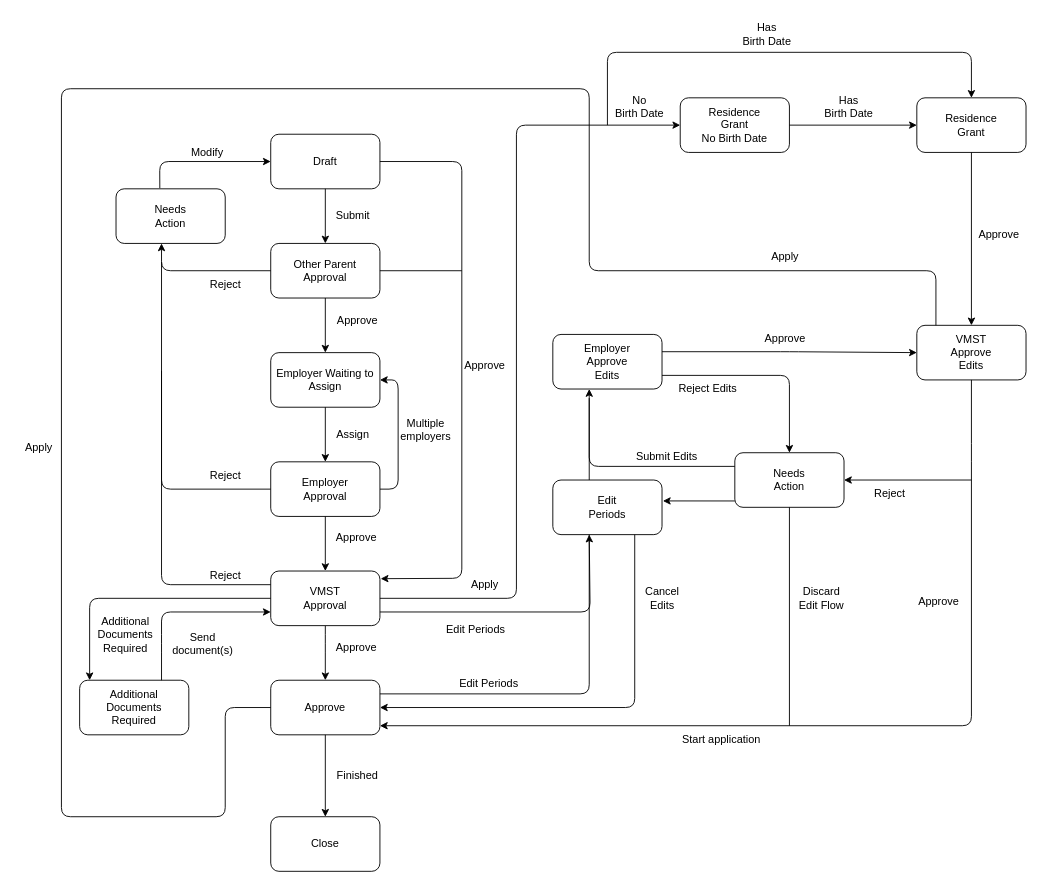
island-is/island.is keeps this draw.io diagram as libs/application/templates/parental-leave/assets/parental-leave-flow-chart.drawio. Above is the earlier version. Source tidied: cells renumbered, new cells numbered last; positions are measured from the earlier drawing's top-left corner, leaving out a move shared by most shapes. Both pictures are drawn from the tidied source at 91%, with x=0, y=0 at pixel (15, 15).
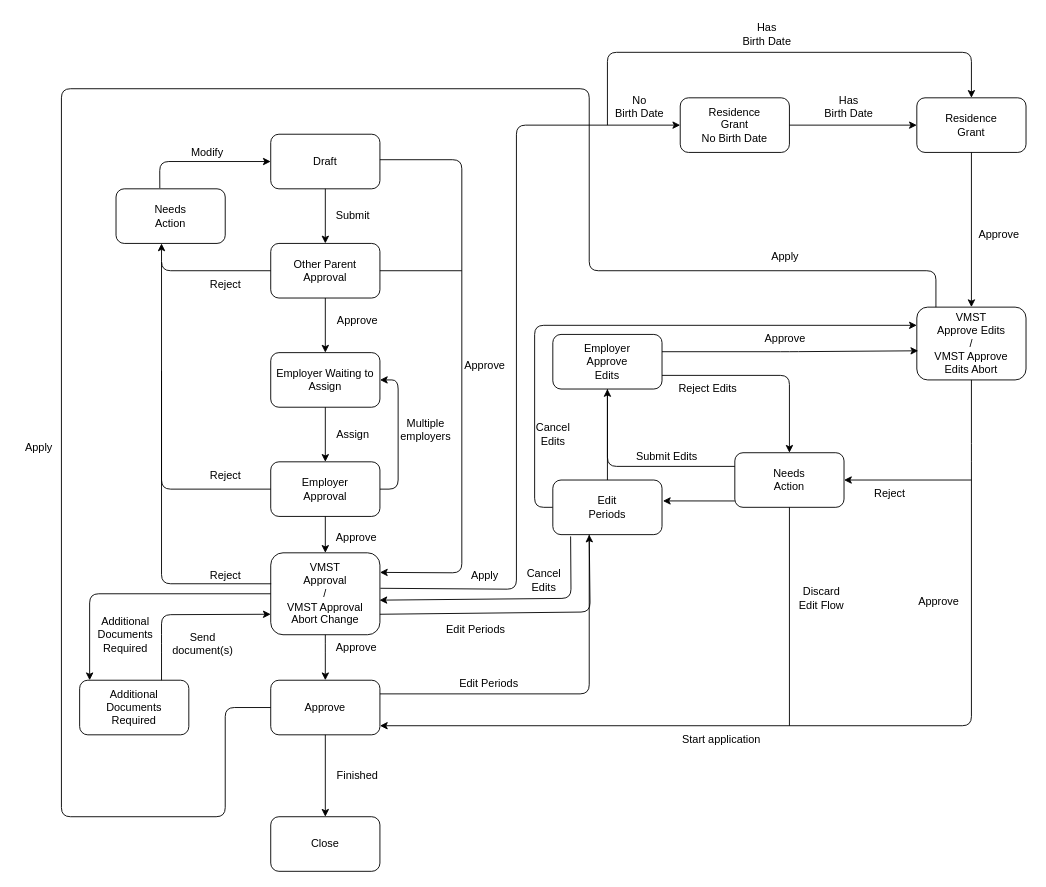
The same diagram, later.

Commit message (it also covers changes not shown here):
fix(parental-leave): Update flow chart

The change refers to these unchanged cells:
```xml
<mxCell id="2" value="Draft" style="rounded=1;whiteSpace=wrap;html=1;" parent="1" vertex="1">
  <mxGeometry x="280" y="130" width="120" height="60" as="geometry" />
</mxCell>
<mxCell id="9" value="Approve" style="rounded=1;whiteSpace=wrap;html=1;" parent="1" vertex="1">
  <mxGeometry x="280" y="730" width="120" height="60" as="geometry" />
</mxCell>
<mxCell id="12" value="Additional&lt;br&gt;Documents&lt;br&gt;Required" style="rounded=1;whiteSpace=wrap;html=1;" parent="1" vertex="1">
  <mxGeometry x="70" y="730" width="120" height="60" as="geometry" />
</mxCell>
<mxCell id="13" value="Edit&lt;br&gt;Periods" style="rounded=1;whiteSpace=wrap;html=1;" parent="1" vertex="1">
  <mxGeometry x="590" y="510" width="120" height="60" as="geometry" />
</mxCell>
<mxCell id="14" value="Employer&lt;br&gt;Approve&lt;br&gt;Edits" style="rounded=1;whiteSpace=wrap;html=1;" parent="1" vertex="1">
  <mxGeometry x="590" y="350" width="120" height="60" as="geometry" />
</mxCell>
<mxCell id="16" value="Needs&lt;br&gt;Action" style="rounded=1;whiteSpace=wrap;html=1;" parent="1" vertex="1">
  <mxGeometry x="790" y="480" width="120" height="60" as="geometry" />
</mxCell>
<mxCell id="65" value="Residence&lt;br&gt;Grant&lt;br&gt;No Birth Date" style="rounded=1;whiteSpace=wrap;html=1;" parent="1" vertex="1">
  <mxGeometry x="730" y="90" width="120" height="60" as="geometry" />
</mxCell>
```

Change to the diagram source:
```diff
@@
-    <mxCell id="8" value="VMST&lt;br&gt;Approval" style="rounded=1;whiteSpace=wrap;html=1;" parent="1" vertex="1">
-      <mxGeometry x="280" y="610" width="120" height="60" as="geometry" />
+    <mxCell id="8" value="VMST&lt;br&gt;Approval &lt;br&gt;/&lt;br&gt;VMST Approval&lt;br&gt;Abort Change" style="rounded=1;whiteSpace=wrap;html=1;" parent="1" vertex="1">
+      <mxGeometry x="280" y="590" width="120" height="90" as="geometry" />
     </mxCell>
@@
+    <mxCell id="80" style="edgeStyle=none;html=1;entryX=0;entryY=0.25;entryDx=0;entryDy=0;exitX=0;exitY=0.5;exitDx=0;exitDy=0;" parent="1" edge="1" source="13" target="15">
+      <mxGeometry relative="1" as="geometry">
+        <Array as="points">
+          <mxPoint x="570" y="540" />
+          <mxPoint x="570" y="340" />
+        </Array>
+      </mxGeometry>
+    </mxCell>
@@
-    <mxCell id="15" value="VMST&lt;br&gt;Approve&lt;br&gt;Edits" style="rounded=1;whiteSpace=wrap;html=1;" parent="1" vertex="1">
-      <mxGeometry x="990" y="340" width="120" height="60" as="geometry" />
+    <mxCell id="15" value="VMST&lt;br&gt;Approve Edits&lt;br&gt;/&lt;br&gt;VMST Approve&lt;br&gt;Edits Abort" style="rounded=1;whiteSpace=wrap;html=1;" parent="1" vertex="1">
+      <mxGeometry x="990" y="320" width="120" height="80" as="geometry" />
     </mxCell>
@@
-    <mxCell id="21" style="endArrow=classic;html=1;entryX=0.5;entryY=0;entryDx=0;entryDy=0;exitX=0.5;exitY=1;exitDx=0;exitDy=0;fontColor=#FFFFFF;strokeColor=#000000;" parent="1" edge="1">
+    <mxCell id="21" style="endArrow=classic;html=1;exitX=0.5;exitY=1;exitDx=0;exitDy=0;fontColor=#FFFFFF;strokeColor=#000000;" parent="1" edge="1">
       <mxGeometry relative="1" as="geometry">
         <mxPoint x="340" y="550" as="sourcePoint" />
-        <mxPoint x="340" y="610" as="targetPoint" />
+        <mxPoint x="340" y="590" as="targetPoint" />
       </mxGeometry>
     </mxCell>
@@
-    <mxCell id="25" style="endArrow=none;html=1;exitX=0;exitY=0.25;exitDx=0;exitDy=0;fontColor=#FFFFFF;strokeColor=#000000;" parent="1" edge="1" source="8">
+    <mxCell id="25" style="endArrow=none;html=1;exitX=0.004;exitY=0.378;exitDx=0;exitDy=0;fontColor=#FFFFFF;strokeColor=#000000;exitPerimeter=0;" parent="1" edge="1" source="8">
       <mxGeometry relative="1" as="geometry">
         <mxPoint x="160" y="390" as="targetPoint" />
         <Array as="points">
-          <mxPoint x="160" y="625" />
+          <mxPoint x="160" y="624" />
         </Array>
       </mxGeometry>
     </mxCell>
-    <mxCell id="26" style="endArrow=classic;html=1;exitX=1;exitY=0.5;exitDx=0;exitDy=0;entryX=1.007;entryY=0.14;entryDx=0;entryDy=0;entryPerimeter=0;fontColor=#FFFFFF;strokeColor=#000000;" parent="1" edge="1" source="2" target="8">
+    <mxCell id="26" style="endArrow=classic;html=1;exitX=1;exitY=0.5;exitDx=0;exitDy=0;fontColor=#FFFFFF;strokeColor=#000000;entryX=1;entryY=0.25;entryDx=0;entryDy=0;" parent="1" edge="1">
       <mxGeometry relative="1" as="geometry">
+        <mxPoint x="400" y="158" as="sourcePoint" />
+        <mxPoint x="400" y="611.5" as="targetPoint" />
         <Array as="points">
-          <mxPoint x="490" y="160" />
-          <mxPoint x="490" y="618" />
+          <mxPoint x="490" y="158" />
+          <mxPoint x="490" y="612" />
         </Array>
       </mxGeometry>
     </mxCell>
@@
     <mxCell id="28" style="endArrow=classic;html=1;exitX=0;exitY=0.5;exitDx=0;exitDy=0;fontColor=#FFFFFF;strokeColor=#000000;" parent="1" edge="1" source="8">
       <mxGeometry relative="1" as="geometry">
         <mxPoint x="81" y="730" as="targetPoint" />
         <Array as="points">
-          <mxPoint x="81" y="640" />
+          <mxPoint x="81" y="635" />
         </Array>
       </mxGeometry>
     </mxCell>
     <mxCell id="29" style="endArrow=classic;html=1;exitX=0.75;exitY=0;exitDx=0;exitDy=0;entryX=0;entryY=0.75;entryDx=0;entryDy=0;fontColor=#FFFFFF;strokeColor=#000000;" parent="1" edge="1" source="12" target="8">
       <mxGeometry relative="1" as="geometry">
         <Array as="points">
           <mxPoint x="160" y="690" />
-          <mxPoint x="160" y="655" />
+          <mxPoint x="160" y="658" />
         </Array>
       </mxGeometry>
     </mxCell>
@@
-    <mxCell id="31" style="endArrow=classic;html=1;strokeColor=#000000;" parent="1" edge="1">
-      <mxGeometry relative="1" as="geometry">
-        <mxPoint x="630" y="510" as="sourcePoint" />
-        <mxPoint x="630" y="410" as="targetPoint" />
-      </mxGeometry>
+    <mxCell id="31" style="endArrow=classic;html=1;strokeColor=#000000;entryX=0.5;entryY=1;entryDx=0;entryDy=0;exitX=0.5;exitY=0;exitDx=0;exitDy=0;" parent="1" edge="1" source="13" target="14">
+      <mxGeometry relative="1" as="geometry" />
     </mxCell>
@@
-    <mxCell id="33" style="endArrow=classic;html=1;entryX=1;entryY=0.5;entryDx=0;entryDy=0;exitX=0.75;exitY=1;exitDx=0;exitDy=0;fontColor=#FFFFFF;strokeColor=#000000;" parent="1" edge="1" source="13" target="9">
+    <mxCell id="33" style="endArrow=classic;html=1;entryX=0.996;entryY=0.578;entryDx=0;entryDy=0;exitX=0.163;exitY=1.033;exitDx=0;exitDy=0;fontColor=#FFFFFF;strokeColor=#000000;exitPerimeter=0;entryPerimeter=0;" parent="1" edge="1" source="13" target="8">
       <mxGeometry relative="1" as="geometry">
         <Array as="points">
-          <mxPoint x="680" y="760" />
+          <mxPoint x="610" y="640" />
         </Array>
       </mxGeometry>
     </mxCell>
-    <mxCell id="34" style="endArrow=classic;html=1;entryX=0;entryY=0.5;entryDx=0;entryDy=0;fontColor=#FFFFFF;strokeColor=#000000;" parent="1" edge="1" target="15">
+    <mxCell id="34" style="endArrow=classic;html=1;entryX=0.013;entryY=0.6;entryDx=0;entryDy=0;fontColor=#FFFFFF;strokeColor=#000000;entryPerimeter=0;" parent="1" edge="1" target="15">
       <mxGeometry relative="1" as="geometry">
         <mxPoint x="710" y="369" as="sourcePoint" />
         <Array as="points">
           <mxPoint x="850" y="369" />
         </Array>
       </mxGeometry>
     </mxCell>
@@
-    <mxCell id="36" style="endArrow=none;html=1;entryX=0;entryY=0.25;entryDx=0;entryDy=0;strokeColor=#000000;" parent="1" edge="1" target="16">
+    <mxCell id="36" style="endArrow=none;html=1;entryX=0;entryY=0.25;entryDx=0;entryDy=0;strokeColor=#000000;exitX=0.5;exitY=1;exitDx=0;exitDy=0;" parent="1" edge="1" source="14" target="16">
       <mxGeometry relative="1" as="geometry">
-        <mxPoint x="630" y="420" as="sourcePoint" />
         <Array as="points">
-          <mxPoint x="630" y="495" />
+          <mxPoint x="650" y="495" />
         </Array>
       </mxGeometry>
     </mxCell>
@@
     <mxCell id="56" value="Cancel&lt;br&gt;Edits" style="text;html=1;align=center;verticalAlign=middle;strokeColor=none;fillColor=none;fontColor=#000000;" parent="1" vertex="1">
-      <mxGeometry x="680" y="620" width="60" height="40" as="geometry" />
+      <mxGeometry x="550" y="600" width="60" height="40" as="geometry" />
     </mxCell>
@@
-    <mxCell id="66" style="endArrow=classic;html=1;exitX=1;exitY=0.5;exitDx=0;exitDy=0;entryX=0;entryY=0.5;entryDx=0;entryDy=0;fontColor=#FFFFFF;strokeColor=#000000;" parent="1" edge="1" source="8" target="65">
+    <mxCell id="66" style="endArrow=classic;html=1;entryX=0;entryY=0.5;entryDx=0;entryDy=0;fontColor=#FFFFFF;strokeColor=#000000;exitX=1.004;exitY=0.433;exitDx=0;exitDy=0;exitPerimeter=0;" parent="1" edge="1" source="8" target="65">
       <mxGeometry relative="1" as="geometry">
         <Array as="points">
-          <mxPoint x="550" y="640" />
+          <mxPoint x="550" y="630" />
           <mxPoint x="550" y="120" />
         </Array>
       </mxGeometry>
     </mxCell>
@@
     <mxCell id="69" style="endArrow=none;html=1;fontColor=#FFFFFF;strokeColor=#000000;" parent="1" edge="1">
       <mxGeometry relative="1" as="geometry">
-        <mxPoint x="1011" y="340" as="sourcePoint" />
+        <mxPoint x="1011" y="320" as="sourcePoint" />
         <mxPoint x="630" y="120" as="targetPoint" />
         <Array as="points">
           <mxPoint x="1011" y="280" />
           <mxPoint x="630" y="280" />
         </Array>
       </mxGeometry>
     </mxCell>
@@
     <mxCell id="77" value="Apply" style="text;html=1;align=center;verticalAlign=middle;strokeColor=none;fillColor=none;fontColor=#000000;" parent="1" vertex="1">
-      <mxGeometry x="490" y="610" width="50" height="30" as="geometry" />
+      <mxGeometry x="490" y="600" width="50" height="30" as="geometry" />
     </mxCell>
@@
+    <mxCell id="81" value="Cancel&lt;br&gt;Edits" style="text;html=1;align=center;verticalAlign=middle;strokeColor=none;fillColor=none;fontColor=#000000;" parent="1" vertex="1">
+      <mxGeometry x="560" y="440" width="60" height="40" as="geometry" />
+    </mxCell>
```
